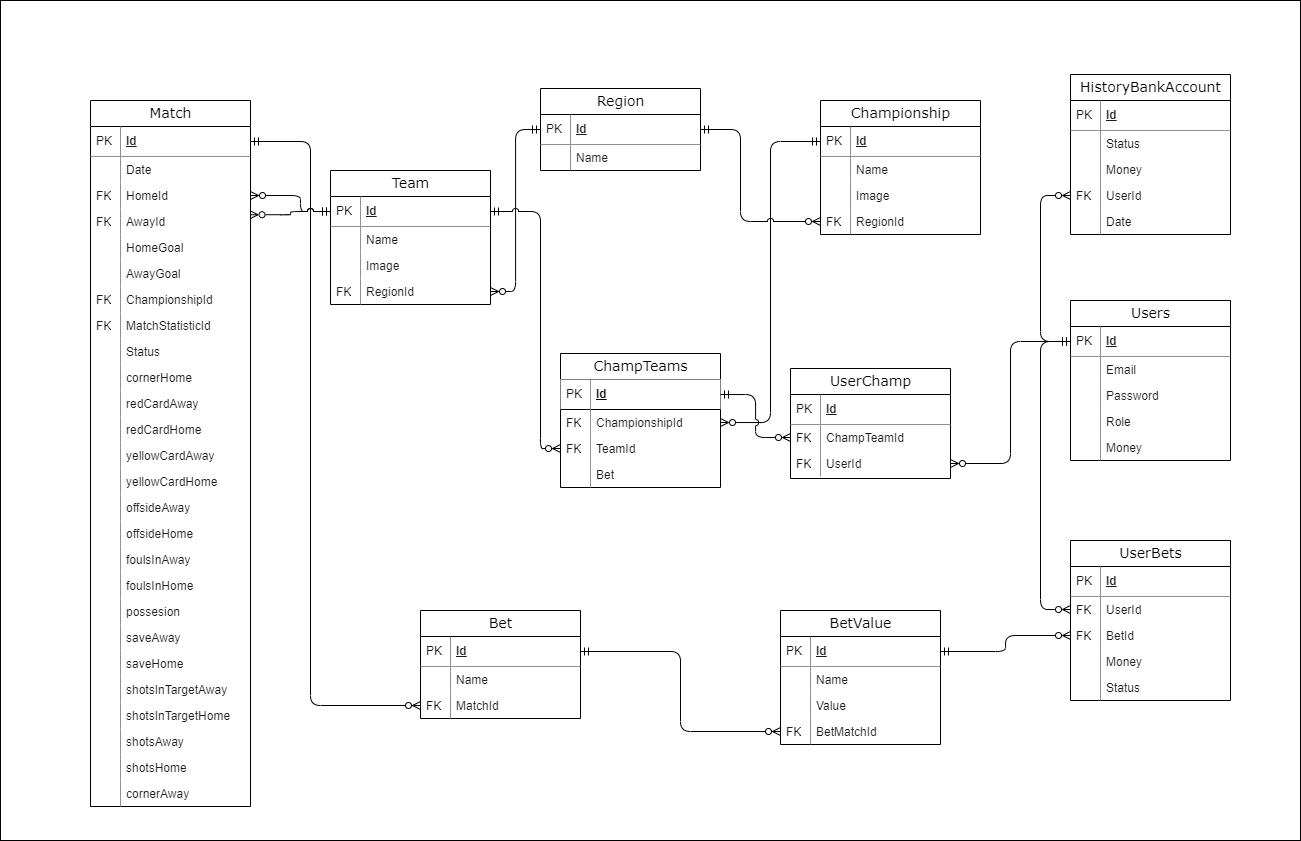
Above: database_example-Page-1.drawio.png in jk2911/diplom (draw.io), before the change. Source tidied: cells renumbered, new cells last; positions are measured from the earlier drawing's top-left corner, leaving out a move shared by most shapes.
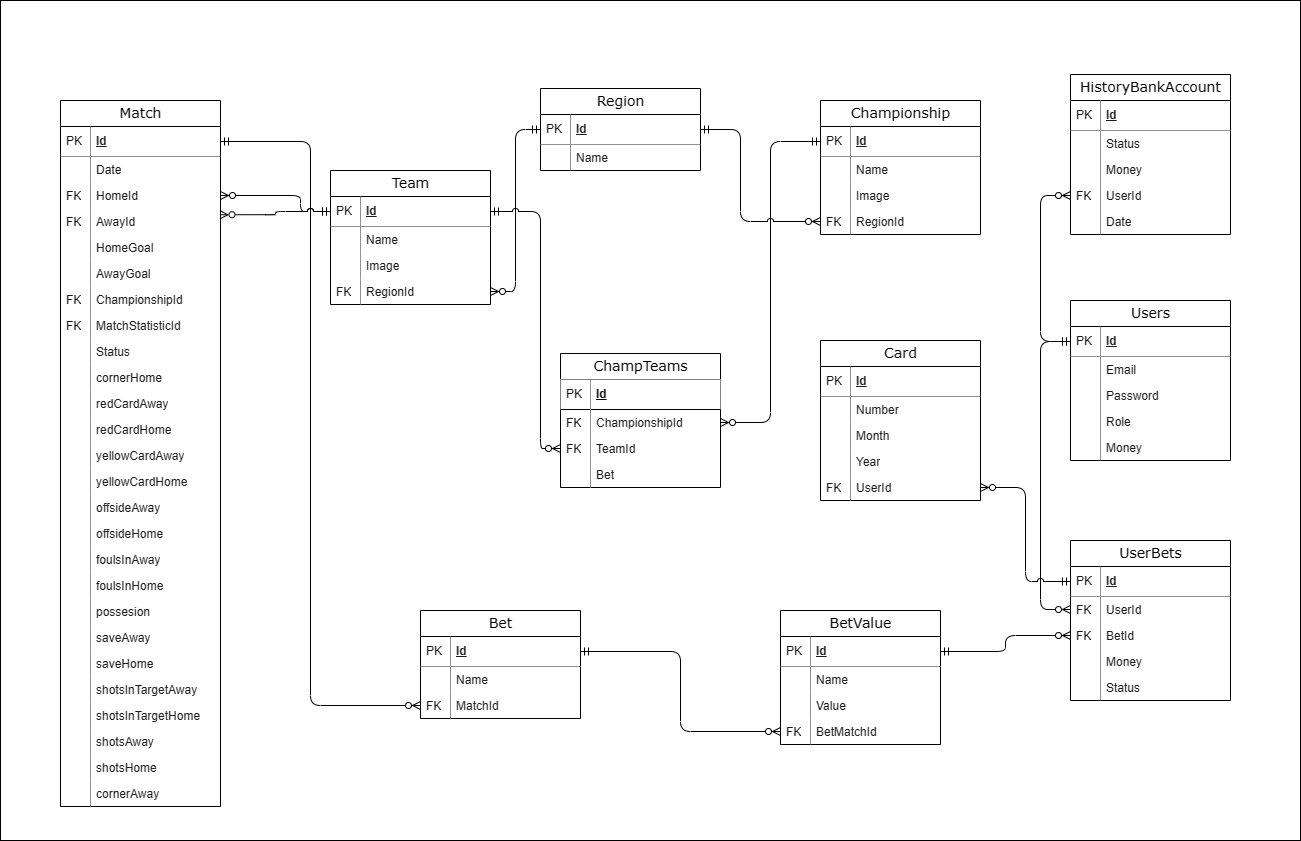
Above is the later version.

Commit message:
update database diagram

Change to the diagram source:
```diff
@@ -33,7 +33,7 @@
       <mxGeometry width="30" height="26" as="geometry" />
     </mxCell>
     <mxCell id="12" value="Match" style="swimlane;html=1;fontStyle=0;horizontal=1;startSize=26;swimlaneFillColor=#ffffff;align=center;rounded=0;shadow=0;comic=0;labelBackgroundColor=none;strokeWidth=1;fontFamily=Verdana;fontSize=14;" parent="1" vertex="1">
-      <mxGeometry x="90" y="100" width="160" height="706" as="geometry" />
+      <mxGeometry x="60" y="100" width="160" height="706" as="geometry" />
     </mxCell>
     <mxCell id="13" value="Id" style="shape=partialRectangle;top=0;left=0;right=0;bottom=1;html=1;align=left;verticalAlign=middle;fillColor=none;spacingLeft=34;spacingRight=4;whiteSpace=wrap;overflow=hidden;points=[[0,0.5],[1,0.5]];portConstraint=eastwest;fontStyle=5;strokeColor=#909090;fontColor=#1A1A1A;" parent="12" vertex="1">
       <mxGeometry y="26" width="160" height="30" as="geometry" />
@@ -274,30 +274,6 @@
     <mxCell id="90" style="edgeStyle=orthogonalEdgeStyle;rounded=1;jettySize=auto;html=1;exitX=1;exitY=0.5;exitDx=0;exitDy=0;entryX=0;entryY=0.5;entryDx=0;entryDy=0;startArrow=ERzeroToMany;startFill=0;endArrow=ERmandOne;endFill=0;jumpStyle=arc;" parent="1" edge="1" source="74" target="82">
       <mxGeometry relative="1" as="geometry" />
     </mxCell>
-    <mxCell id="91" value="UserChamp" style="swimlane;html=1;fontStyle=0;horizontal=1;startSize=26;swimlaneFillColor=#ffffff;align=center;rounded=0;shadow=0;comic=0;labelBackgroundColor=none;strokeWidth=1;fontFamily=Verdana;fontSize=14;" parent="1" vertex="1">
-      <mxGeometry x="790" y="368" width="160" height="110" as="geometry" />
-    </mxCell>
-    <mxCell id="92" value="Id" style="shape=partialRectangle;top=0;left=0;right=0;bottom=1;html=1;align=left;verticalAlign=middle;fillColor=none;spacingLeft=34;spacingRight=4;whiteSpace=wrap;overflow=hidden;fontStyle=5;strokeColor=#909090;fontColor=#1A1A1A;" parent="91" vertex="1">
-      <mxGeometry y="26" width="160" height="30" as="geometry" />
-    </mxCell>
-    <mxCell id="93" value="PK" style="shape=partialRectangle;top=0;left=0;bottom=0;html=1;fillColor=none;align=left;verticalAlign=middle;spacingLeft=4;spacingRight=4;whiteSpace=wrap;overflow=hidden;strokeColor=#909090;fontColor=#1A1A1A;" parent="92" vertex="1">
-      <mxGeometry width="30" height="30" as="geometry" />
-    </mxCell>
-    <mxCell id="94" value="ChampTeamId" style="shape=partialRectangle;top=0;left=0;right=0;bottom=0;html=1;align=left;verticalAlign=top;fillColor=none;spacingLeft=34;spacingRight=4;whiteSpace=wrap;overflow=hidden;points=[[0,0.5],[1,0.5]];portConstraint=eastwest;strokeColor=#909090;fontColor=#1A1A1A;" parent="91" vertex="1">
-      <mxGeometry y="56" width="160" height="26" as="geometry" />
-    </mxCell>
-    <mxCell id="95" value="FK" style="shape=partialRectangle;top=0;left=0;bottom=0;html=1;fillColor=none;align=left;verticalAlign=top;spacingLeft=4;spacingRight=4;whiteSpace=wrap;overflow=hidden;strokeColor=#909090;fontColor=#1A1A1A;" parent="94" vertex="1">
-      <mxGeometry width="30" height="26" as="geometry" />
-    </mxCell>
-    <mxCell id="96" value="UserId" style="shape=partialRectangle;top=0;left=0;right=0;bottom=0;html=1;align=left;verticalAlign=top;fillColor=none;spacingLeft=34;spacingRight=4;whiteSpace=wrap;overflow=hidden;points=[[0,0.5],[1,0.5]];portConstraint=eastwest;strokeColor=#909090;fontColor=#1A1A1A;" parent="91" vertex="1">
-      <mxGeometry y="82" width="160" height="26" as="geometry" />
-    </mxCell>
-    <mxCell id="97" value="FK" style="shape=partialRectangle;top=0;left=0;bottom=0;html=1;fillColor=none;align=left;verticalAlign=top;spacingLeft=4;spacingRight=4;whiteSpace=wrap;overflow=hidden;strokeColor=#909090;fontColor=#1A1A1A;" parent="96" vertex="1">
-      <mxGeometry width="30" height="26" as="geometry" />
-    </mxCell>
-    <mxCell id="98" style="edgeStyle=orthogonalEdgeStyle;rounded=1;jettySize=auto;html=1;exitX=0;exitY=0.5;exitDx=0;exitDy=0;entryX=1;entryY=0.5;entryDx=0;entryDy=0;startArrow=ERzeroToMany;startFill=0;endArrow=ERmandOne;endFill=0;jumpStyle=arc;" parent="1" edge="1" source="94" target="72">
-      <mxGeometry relative="1" as="geometry" />
-    </mxCell>
     <mxCell id="99" value="HistoryBankAccount" style="swimlane;html=1;fontStyle=0;horizontal=1;startSize=26;swimlaneFillColor=#ffffff;align=center;rounded=0;shadow=0;comic=0;labelBackgroundColor=none;strokeWidth=1;fontFamily=Verdana;fontSize=14;" parent="1" vertex="1">
       <mxGeometry x="1070" y="74" width="160" height="160" as="geometry" />
     </mxCell>
@@ -467,9 +443,6 @@
     <mxCell id="151" style="edgeStyle=orthogonalEdgeStyle;rounded=1;jettySize=auto;html=1;exitX=0;exitY=0.5;exitDx=0;exitDy=0;entryX=1;entryY=0.5;entryDx=0;entryDy=0;startArrow=ERzeroToMany;startFill=0;endArrow=ERmandOne;endFill=0;jumpStyle=arc;" parent="1" edge="1" source="126" target="133">
       <mxGeometry relative="1" as="geometry" />
     </mxCell>
-    <mxCell id="152" style="edgeStyle=orthogonalEdgeStyle;rounded=1;jettySize=auto;html=1;exitX=1;exitY=0.5;exitDx=0;exitDy=0;entryX=0;entryY=0.5;entryDx=0;entryDy=0;endArrow=ERmandOne;endFill=0;startArrow=ERzeroToMany;startFill=0;" parent="1" edge="1" source="96" target="111">
-      <mxGeometry relative="1" as="geometry" />
-    </mxCell>
     <mxCell id="153" style="edgeStyle=orthogonalEdgeStyle;rounded=1;jettySize=auto;html=1;exitX=0;exitY=0.5;exitDx=0;exitDy=0;entryX=0;entryY=0.5;entryDx=0;entryDy=0;startArrow=ERzeroToMany;startFill=0;endArrow=ERmandOne;endFill=0;jumpStyle=arc;" parent="1" edge="1" source="106" target="111">
       <mxGeometry relative="1" as="geometry">
         <Array as="points">
@@ -497,5 +470,41 @@
     <mxCell id="156" style="edgeStyle=orthogonalEdgeStyle;rounded=1;jettySize=auto;html=1;exitX=0;exitY=0.5;exitDx=0;exitDy=0;entryX=0.997;entryY=0.24;entryDx=0;entryDy=0;entryPerimeter=0;endArrow=ERzeroToMany;endFill=0;startArrow=ERmandOne;startFill=0;jumpStyle=arc;" parent="1" edge="1" source="4" target="19">
       <mxGeometry relative="1" as="geometry" />
     </mxCell>
+    <mxCell id="157" value="Card" style="swimlane;html=1;fontStyle=0;horizontal=1;startSize=26;swimlaneFillColor=#ffffff;align=center;rounded=0;shadow=0;comic=0;labelBackgroundColor=none;strokeWidth=1;fontFamily=Verdana;fontSize=14;" parent="1" vertex="1">
+      <mxGeometry x="820" y="340" width="160" height="160" as="geometry" />
+    </mxCell>
+    <mxCell id="92" value="Id" style="shape=partialRectangle;top=0;left=0;right=0;bottom=1;html=1;align=left;verticalAlign=middle;fillColor=none;spacingLeft=34;spacingRight=4;whiteSpace=wrap;overflow=hidden;fontStyle=5;strokeColor=#909090;fontColor=#1A1A1A;" parent="157" vertex="1">
+      <mxGeometry y="26" width="160" height="30" as="geometry" />
+    </mxCell>
+    <mxCell id="93" value="PK" style="shape=partialRectangle;top=0;left=0;bottom=0;html=1;fillColor=none;align=left;verticalAlign=middle;spacingLeft=4;spacingRight=4;whiteSpace=wrap;overflow=hidden;strokeColor=#909090;fontColor=#1A1A1A;" parent="92" vertex="1">
+      <mxGeometry width="30" height="30" as="geometry" />
+    </mxCell>
+    <mxCell id="158" value="Number" style="shape=partialRectangle;top=0;left=0;right=0;bottom=0;html=1;align=left;verticalAlign=top;fillColor=none;spacingLeft=34;spacingRight=4;whiteSpace=wrap;overflow=hidden;strokeColor=#909090;fontColor=#1A1A1A;" parent="157" vertex="1">
+      <mxGeometry y="56" width="160" height="26" as="geometry" />
+    </mxCell>
+    <mxCell id="159" style="shape=partialRectangle;top=0;left=0;bottom=0;html=1;fillColor=none;align=left;verticalAlign=top;spacingLeft=4;spacingRight=4;whiteSpace=wrap;overflow=hidden;strokeColor=#909090;fontColor=#1A1A1A;" parent="158" vertex="1">
+      <mxGeometry width="30" height="26" as="geometry" />
+    </mxCell>
+    <mxCell id="160" value="Month" style="shape=partialRectangle;top=0;left=0;right=0;bottom=0;html=1;align=left;verticalAlign=top;fillColor=none;spacingLeft=34;spacingRight=4;whiteSpace=wrap;overflow=hidden;strokeColor=#909090;fontColor=#1A1A1A;" parent="157" vertex="1">
+      <mxGeometry y="82" width="160" height="26" as="geometry" />
+    </mxCell>
+    <mxCell id="161" style="shape=partialRectangle;top=0;left=0;bottom=0;html=1;fillColor=none;align=left;verticalAlign=top;spacingLeft=4;spacingRight=4;whiteSpace=wrap;overflow=hidden;strokeColor=#909090;fontColor=#1A1A1A;" parent="160" vertex="1">
+      <mxGeometry width="30" height="26" as="geometry" />
+    </mxCell>
+    <mxCell id="162" value="Year" style="shape=partialRectangle;top=0;left=0;right=0;bottom=0;html=1;align=left;verticalAlign=top;fillColor=none;spacingLeft=34;spacingRight=4;whiteSpace=wrap;overflow=hidden;strokeColor=#909090;fontColor=#1A1A1A;" parent="157" vertex="1">
+      <mxGeometry y="108" width="160" height="26" as="geometry" />
+    </mxCell>
+    <mxCell id="163" style="shape=partialRectangle;top=0;left=0;bottom=0;html=1;fillColor=none;align=left;verticalAlign=top;spacingLeft=4;spacingRight=4;whiteSpace=wrap;overflow=hidden;strokeColor=#909090;fontColor=#1A1A1A;" parent="162" vertex="1">
+      <mxGeometry width="30" height="26" as="geometry" />
+    </mxCell>
+    <mxCell id="96" value="UserId" style="shape=partialRectangle;top=0;left=0;right=0;bottom=0;html=1;align=left;verticalAlign=top;fillColor=none;spacingLeft=34;spacingRight=4;whiteSpace=wrap;overflow=hidden;points=[[0,0.5],[1,0.5]];portConstraint=eastwest;strokeColor=#909090;fontColor=#1A1A1A;" parent="157" vertex="1">
+      <mxGeometry y="134" width="160" height="26" as="geometry" />
+    </mxCell>
+    <mxCell id="164" value="FK" style="shape=partialRectangle;top=0;left=0;bottom=0;html=1;fillColor=none;align=left;verticalAlign=top;spacingLeft=4;spacingRight=4;whiteSpace=wrap;overflow=hidden;strokeColor=#909090;fontColor=#1A1A1A;" parent="96" vertex="1">
+      <mxGeometry width="30" height="26" as="geometry" />
+    </mxCell>
+    <mxCell id="165" style="edgeStyle=orthogonalEdgeStyle;rounded=1;jettySize=auto;html=1;exitX=1;exitY=0.5;exitDx=0;exitDy=0;entryX=0;entryY=0.5;entryDx=0;entryDy=0;startArrow=ERzeroToMany;startFill=0;endArrow=ERmandOne;endFill=0;jumpStyle=arc;" parent="1" edge="1" source="96" target="122">
+      <mxGeometry relative="1" as="geometry" />
+    </mxCell>
   </root>
 </mxGraphModel>
```
